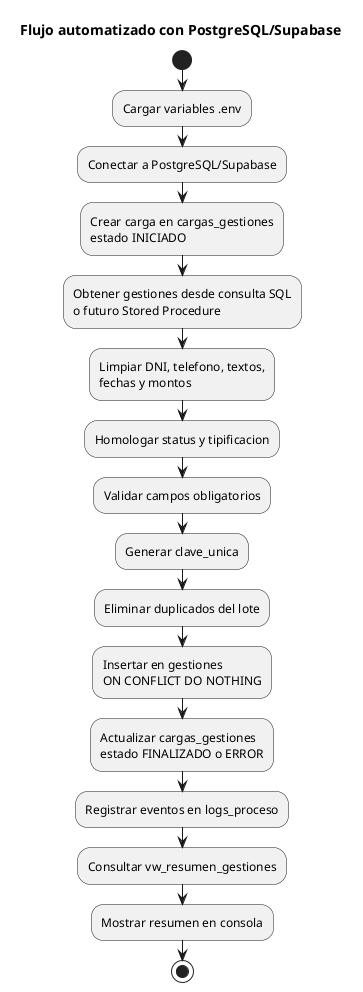
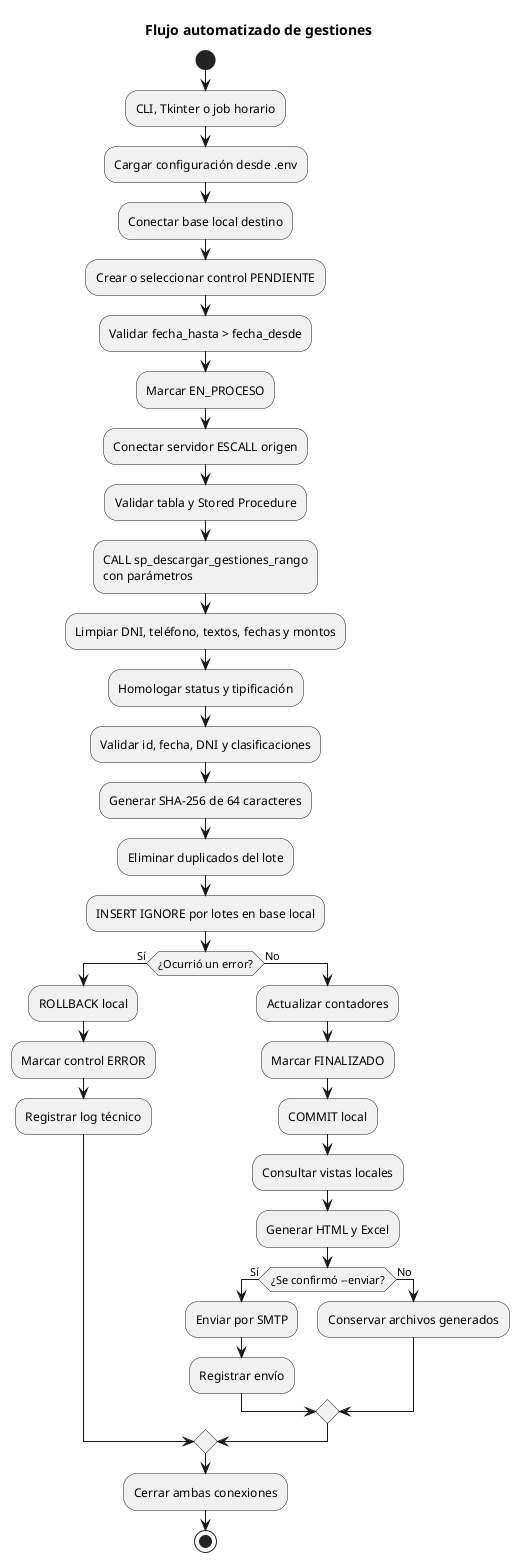
@startuml
- title Flujo automatizado con PostgreSQL/Supabase
+ title Flujo automatizado de gestiones

start
- :Cargar variables .env;
- :Conectar a PostgreSQL/Supabase;
- :Crear carga en cargas_gestiones\nestado INICIADO;
- :Obtener gestiones desde consulta SQL\no futuro Stored Procedure;
- :Limpiar DNI, telefono, textos,\nfechas y montos;
- :Homologar status y tipificacion;
- :Validar campos obligatorios;
- :Generar clave_unica;
+ :CLI, Tkinter o job horario;
+ :Cargar configuración desde .env;
+ :Conectar base local destino;
+ :Crear o seleccionar control PENDIENTE;
+ :Validar fecha_hasta > fecha_desde;
+ :Marcar EN_PROCESO;
+ :Conectar servidor ESCALL origen;
+ :Validar tabla y Stored Procedure;
+ :CALL sp_descargar_gestiones_rango\ncon parámetros;
+ :Limpiar DNI, teléfono, textos, fechas y montos;
+ :Homologar status y tipificación;
+ :Validar id, fecha, DNI y clasificaciones;
+ :Generar SHA-256 de 64 caracteres;
:Eliminar duplicados del lote;
- :Insertar en gestiones\nON CONFLICT DO NOTHING;
- :Actualizar cargas_gestiones\nestado FINALIZADO o ERROR;
- :Registrar eventos en logs_proceso;
- :Consultar vw_resumen_gestiones;
- :Mostrar resumen en consola;
+ :INSERT IGNORE por lotes en base local;
+ if (¿Ocurrió un error?) then (Sí)
+   :ROLLBACK local;
+   :Marcar control ERROR;
+   :Registrar log técnico;
+ else (No)
+   :Actualizar contadores;
+   :Marcar FINALIZADO;
+   :COMMIT local;
+   :Consultar vistas locales;
+   :Generar HTML y Excel;
+   if (¿Se confirmó --enviar?) then (Sí)
+     :Enviar por SMTP;
+     :Registrar envío;
+   else (No)
+     :Conservar archivos generados;
+   endif
+ endif
+ :Cerrar ambas conexiones;
stop
- 
@enduml
- 
